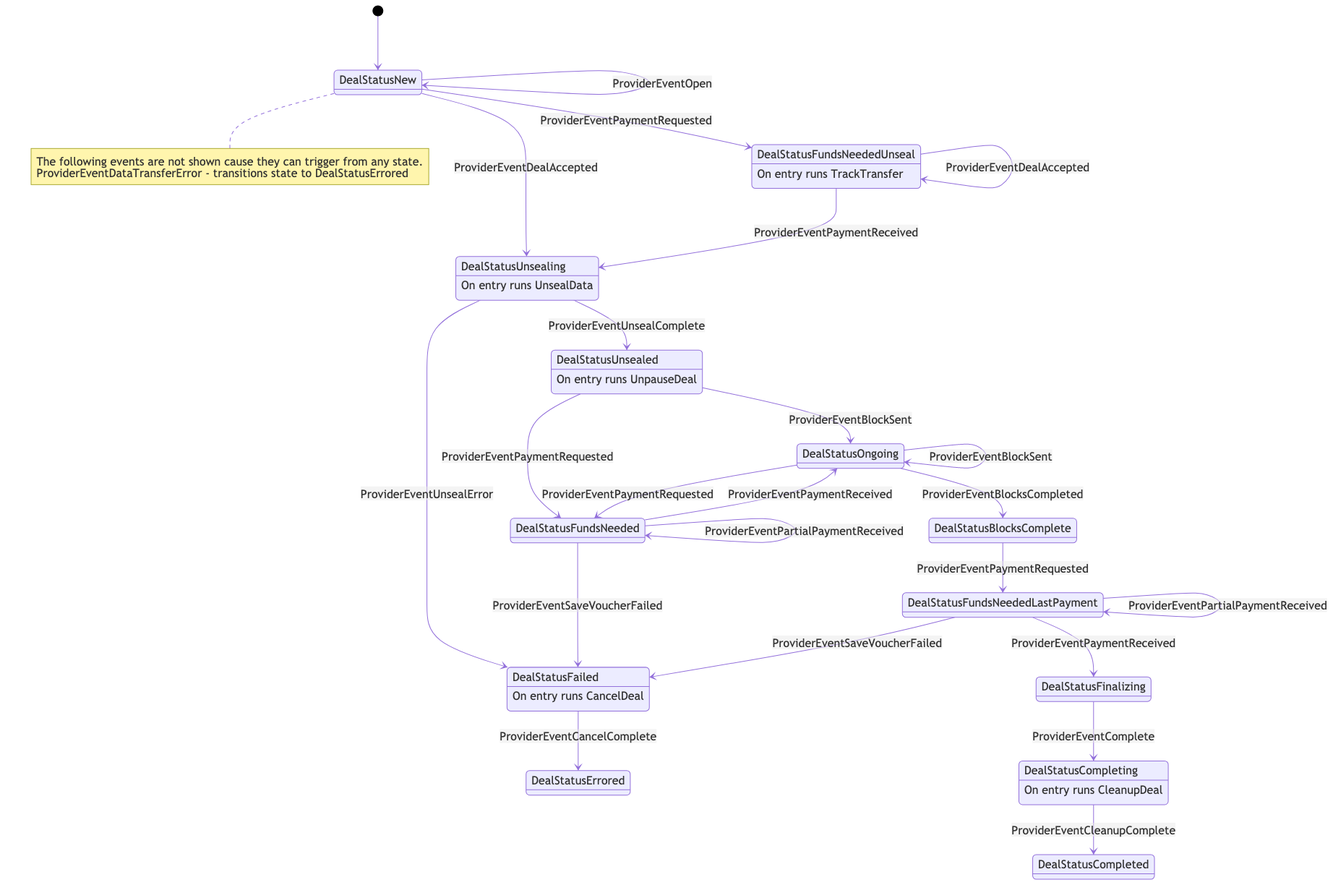
Above: docs/retrievalprovider.mmd.png in filecoin-project/go-fil-markets (Mermaid), before the change. Its source is kept beside it as docs/retrievalprovider.mmd.
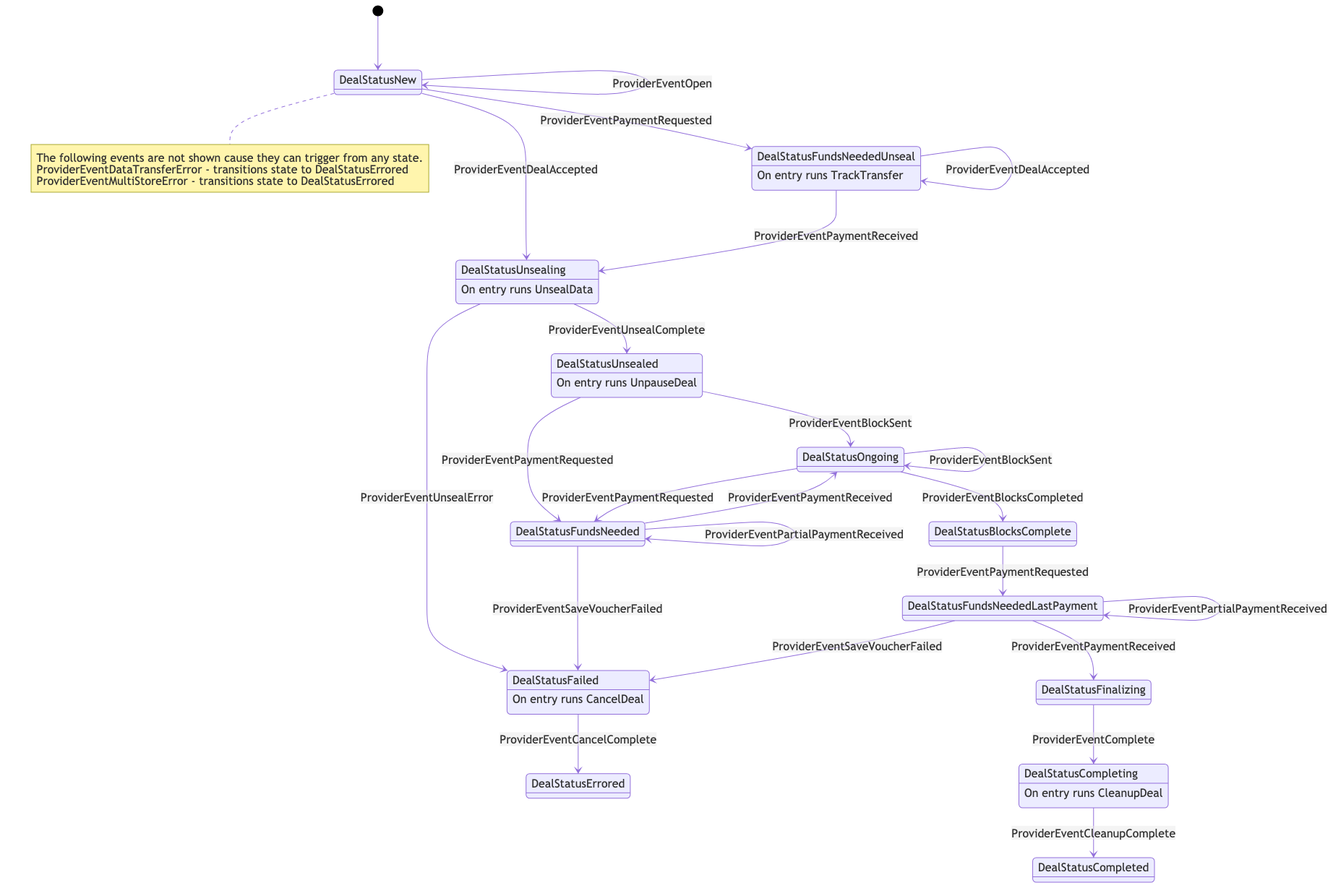
After the commit.

Change to the diagram source:
```diff
@@ -22,6 +22,7 @@
 		The following events are not shown cause they can trigger from any state.
 
 		ProviderEventDataTransferError - transitions state to DealStatusErrored
+		ProviderEventMultiStoreError - transitions state to DealStatusErrored
 	end note
 	0 --> 0 : ProviderEventOpen
 	0 --> 1 : ProviderEventDealAccepted
```
